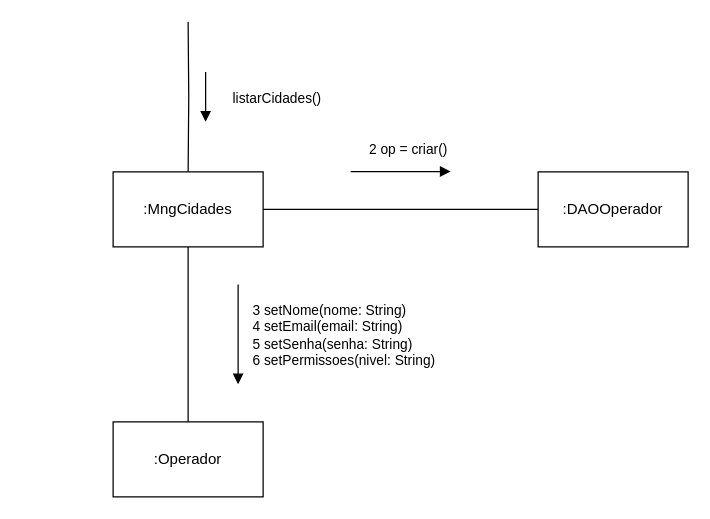
Earlier version of the draw.io diagram page "listarCidades" (2 of 3) of diagram de comunicação.drawio (LuizGustavoNascimeto/draw.io). Source tidied: cells renumbered, new cells numbered last; positions are measured from the earlier drawing's top-left corner, leaving out a move shared by most shapes. Both pictures are drawn from the tidied source at 125%, with x=0, y=0 at pixel (112, 21).
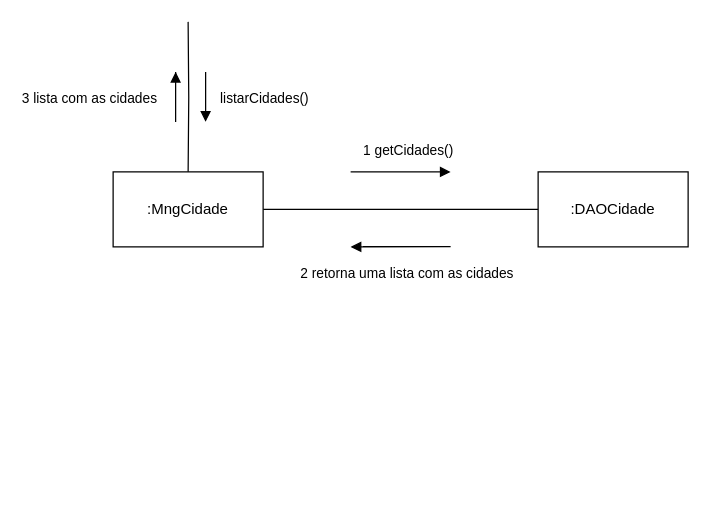
After the change.

The change refers to these unchanged cells:
```xml
<mxCell id="6" style="group;" parent="1" vertex="1">
  <mxGeometry width="120" height="180" as="geometry" />
</mxCell>
<mxCell id="9" style="endArrow=block;html=1;rounded=0;strokeColor=default;align=center;verticalAlign=middle;fontFamily=Helvetica;fontSize=11;fontColor=default;labelBackgroundColor=default;" parent="6" edge="1">
  <mxGeometry relative="1" as="geometry">
    <mxPoint x="74" y="40" as="sourcePoint" />
    <mxPoint x="74" y="80" as="targetPoint" />
  </mxGeometry>
</mxCell>
```

What changed in the source:
```diff
@@
-    <mxCell id="2" value=":DAOOperador" style="rounded=0;whiteSpace=wrap;html=1;" parent="1" vertex="1">
+    <mxCell id="2" value=":DAOCidade" style="rounded=0;whiteSpace=wrap;html=1;" parent="1" vertex="1">
       <mxGeometry x="340" y="120" width="120" height="60" as="geometry" />
     </mxCell>
-    <mxCell id="3" style="edgeStyle=orthogonalEdgeStyle;shape=connector;rounded=0;jettySize=auto;html=1;strokeColor=default;align=center;verticalAlign=middle;fontFamily=Helvetica;fontSize=11;fontColor=default;labelBackgroundColor=default;endArrow=none;" parent="1" edge="1" source="4" target="8">
-      <mxGeometry relative="1" as="geometry" />
-    </mxCell>
-    <mxCell id="4" value=":Operador" style="rounded=0;whiteSpace=wrap;html=1;" parent="1" vertex="1">
-      <mxGeometry y="320" width="120" height="60" as="geometry" />
-    </mxCell>
@@
-    <mxCell id="8" value="&lt;div&gt;:MngCidades&lt;br&gt;&lt;/div&gt;" style="rounded=0;whiteSpace=wrap;html=1;" parent="6" vertex="1">
+    <mxCell id="8" value="&lt;div&gt;:MngCidade&lt;br&gt;&lt;/div&gt;" style="rounded=0;whiteSpace=wrap;html=1;" parent="6" vertex="1">
       <mxGeometry y="120" width="120" height="60" as="geometry" />
     </mxCell>
@@
     <mxCell id="10" value="listarCidades()" style="edgeLabel;html=1;align=center;verticalAlign=middle;fontFamily=Helvetica;fontSize=11;fontColor=default;labelBackgroundColor=default;" parent="9" vertex="1">
       <mxGeometry x="-0.28" y="-1" relative="1" as="geometry">
-        <mxPoint x="57" y="6" as="offset" />
+        <mxPoint x="47" y="6" as="offset" />
       </mxGeometry>
     </mxCell>
+    <mxCell id="15" style="endArrow=block;html=1;rounded=0;strokeColor=default;align=center;verticalAlign=middle;fontFamily=Helvetica;fontSize=11;fontColor=default;labelBackgroundColor=default;" parent="6" edge="1">
+      <mxGeometry relative="1" as="geometry">
+        <mxPoint x="50" y="40" as="sourcePoint" />
+        <mxPoint x="50" y="40" as="targetPoint" />
+        <Array as="points">
+          <mxPoint x="50" y="80" />
+        </Array>
+      </mxGeometry>
+    </mxCell>
+    <mxCell id="16" value="&lt;div align=&quot;justify&quot;&gt;3 lista com as cidades&lt;/div&gt;" style="edgeLabel;html=1;align=center;verticalAlign=middle;fontFamily=Helvetica;fontSize=11;fontColor=default;labelBackgroundColor=default;" parent="15" vertex="1">
+      <mxGeometry x="-0.28" y="-1" relative="1" as="geometry">
+        <mxPoint x="-69" y="-9" as="offset" />
+      </mxGeometry>
+    </mxCell>
     <mxCell id="11" style="endArrow=block;html=1;rounded=0;strokeColor=default;align=center;verticalAlign=middle;fontFamily=Helvetica;fontSize=11;fontColor=default;labelBackgroundColor=default;" parent="1" edge="1">
       <mxGeometry relative="1" as="geometry">
-        <mxPoint x="190" y="119.7" as="sourcePoint" />
-        <mxPoint x="270" y="119.7" as="targetPoint" />
+        <mxPoint x="190" y="120" as="sourcePoint" />
+        <mxPoint x="270" y="120" as="targetPoint" />
       </mxGeometry>
     </mxCell>
-    <mxCell id="12" value="2 op = criar()" style="edgeLabel;html=1;align=center;verticalAlign=middle;fontFamily=Helvetica;fontSize=11;fontColor=default;labelBackgroundColor=default;rotation=0;" parent="11" vertex="1">
+    <mxCell id="12" value="1 getCidades()" style="edgeLabel;html=1;align=center;verticalAlign=middle;fontFamily=Helvetica;fontSize=11;fontColor=default;labelBackgroundColor=default;rotation=0;" parent="11" vertex="1">
       <mxGeometry x="-0.28" y="-1" relative="1" as="geometry">
         <mxPoint x="16" y="-19" as="offset" />
       </mxGeometry>
     </mxCell>
-    <mxCell id="13" style="endArrow=block;html=1;rounded=0;strokeColor=default;align=center;verticalAlign=middle;fontFamily=Helvetica;fontSize=11;fontColor=default;labelBackgroundColor=default;" parent="1" edge="1">
-      <mxGeometry relative="1" as="geometry">
-        <mxPoint x="100" y="210" as="sourcePoint" />
-        <mxPoint x="100" y="290" as="targetPoint" />
-      </mxGeometry>
-    </mxCell>
-    <mxCell id="14" value="&lt;div align=&quot;justify&quot;&gt;3 &lt;span data-lucid-content=&quot;{&amp;quot;t&amp;quot;:&amp;quot;+ getNome(): String \n+ setNome(nome: String): void\n+ getEmail(): String \n+ setEmail(email: String): void\n+ getSenha(): String\n+ setSenha(senha: String): void\n+ getNivel(): String\n+ setNivel(nivel: String): void   &amp;quot;,&amp;quot;m&amp;quot;:[{&amp;quot;s&amp;quot;:0,&amp;quot;n&amp;quot;:&amp;quot;a&amp;quot;,&amp;quot;v&amp;quot;:&amp;quot;left&amp;quot;},{&amp;quot;s&amp;quot;:21,&amp;quot;n&amp;quot;:&amp;quot;a&amp;quot;,&amp;quot;v&amp;quot;:&amp;quot;left&amp;quot;},{&amp;quot;s&amp;quot;:51,&amp;quot;n&amp;quot;:&amp;quot;a&amp;quot;,&amp;quot;v&amp;quot;:&amp;quot;left&amp;quot;},{&amp;quot;s&amp;quot;:73,&amp;quot;n&amp;quot;:&amp;quot;a&amp;quot;,&amp;quot;v&amp;quot;:&amp;quot;left&amp;quot;},{&amp;quot;s&amp;quot;:105,&amp;quot;n&amp;quot;:&amp;quot;a&amp;quot;,&amp;quot;v&amp;quot;:&amp;quot;left&amp;quot;},{&amp;quot;s&amp;quot;:126,&amp;quot;n&amp;quot;:&amp;quot;a&amp;quot;,&amp;quot;v&amp;quot;:&amp;quot;left&amp;quot;},{&amp;quot;s&amp;quot;:158,&amp;quot;n&amp;quot;:&amp;quot;a&amp;quot;,&amp;quot;v&amp;quot;:&amp;quot;left&amp;quot;},{&amp;quot;s&amp;quot;:179,&amp;quot;n&amp;quot;:&amp;quot;a&amp;quot;,&amp;quot;v&amp;quot;:&amp;quot;left&amp;quot;}]}&quot;&gt;&lt;span&gt;setNome(nome: String)&lt;/span&gt;&lt;span&gt;&lt;/span&gt;&lt;span&gt;&lt;br&gt;&lt;/span&gt;&lt;/span&gt;&lt;/div&gt;&lt;div align=&quot;justify&quot;&gt;&lt;span data-lucid-content=&quot;{&amp;quot;t&amp;quot;:&amp;quot;+ getNome(): String \n+ setNome(nome: String): void\n+ getEmail(): String \n+ setEmail(email: String): void\n+ getSenha(): String\n+ setSenha(senha: String): void\n+ getNivel(): String\n+ setNivel(nivel: String): void   &amp;quot;,&amp;quot;m&amp;quot;:[{&amp;quot;s&amp;quot;:0,&amp;quot;n&amp;quot;:&amp;quot;a&amp;quot;,&amp;quot;v&amp;quot;:&amp;quot;left&amp;quot;},{&amp;quot;s&amp;quot;:21,&amp;quot;n&amp;quot;:&amp;quot;a&amp;quot;,&amp;quot;v&amp;quot;:&amp;quot;left&amp;quot;},{&amp;quot;s&amp;quot;:51,&amp;quot;n&amp;quot;:&amp;quot;a&amp;quot;,&amp;quot;v&amp;quot;:&amp;quot;left&amp;quot;},{&amp;quot;s&amp;quot;:73,&amp;quot;n&amp;quot;:&amp;quot;a&amp;quot;,&amp;quot;v&amp;quot;:&amp;quot;left&amp;quot;},{&amp;quot;s&amp;quot;:105,&amp;quot;n&amp;quot;:&amp;quot;a&amp;quot;,&amp;quot;v&amp;quot;:&amp;quot;left&amp;quot;},{&amp;quot;s&amp;quot;:126,&amp;quot;n&amp;quot;:&amp;quot;a&amp;quot;,&amp;quot;v&amp;quot;:&amp;quot;left&amp;quot;},{&amp;quot;s&amp;quot;:158,&amp;quot;n&amp;quot;:&amp;quot;a&amp;quot;,&amp;quot;v&amp;quot;:&amp;quot;left&amp;quot;},{&amp;quot;s&amp;quot;:179,&amp;quot;n&amp;quot;:&amp;quot;a&amp;quot;,&amp;quot;v&amp;quot;:&amp;quot;left&amp;quot;}]}&quot;&gt;&lt;span&gt;4 setEmail(email: String)&lt;/span&gt;&lt;span&gt;&lt;/span&gt;&lt;/span&gt;&lt;/div&gt;&lt;div align=&quot;justify&quot;&gt;&lt;span data-lucid-content=&quot;{&amp;quot;t&amp;quot;:&amp;quot;+ getNome(): String \n+ setNome(nome: String): void\n+ getEmail(): String \n+ setEmail(email: String): void\n+ getSenha(): String\n+ setSenha(senha: String): void\n+ getNivel(): String\n+ setNivel(nivel: String): void   &amp;quot;,&amp;quot;m&amp;quot;:[{&amp;quot;s&amp;quot;:0,&amp;quot;n&amp;quot;:&amp;quot;a&amp;quot;,&amp;quot;v&amp;quot;:&amp;quot;left&amp;quot;},{&amp;quot;s&amp;quot;:21,&amp;quot;n&amp;quot;:&amp;quot;a&amp;quot;,&amp;quot;v&amp;quot;:&amp;quot;left&amp;quot;},{&amp;quot;s&amp;quot;:51,&amp;quot;n&amp;quot;:&amp;quot;a&amp;quot;,&amp;quot;v&amp;quot;:&amp;quot;left&amp;quot;},{&amp;quot;s&amp;quot;:73,&amp;quot;n&amp;quot;:&amp;quot;a&amp;quot;,&amp;quot;v&amp;quot;:&amp;quot;left&amp;quot;},{&amp;quot;s&amp;quot;:105,&amp;quot;n&amp;quot;:&amp;quot;a&amp;quot;,&amp;quot;v&amp;quot;:&amp;quot;left&amp;quot;},{&amp;quot;s&amp;quot;:126,&amp;quot;n&amp;quot;:&amp;quot;a&amp;quot;,&amp;quot;v&amp;quot;:&amp;quot;left&amp;quot;},{&amp;quot;s&amp;quot;:158,&amp;quot;n&amp;quot;:&amp;quot;a&amp;quot;,&amp;quot;v&amp;quot;:&amp;quot;left&amp;quot;},{&amp;quot;s&amp;quot;:179,&amp;quot;n&amp;quot;:&amp;quot;a&amp;quot;,&amp;quot;v&amp;quot;:&amp;quot;left&amp;quot;}]}&quot;&gt;&lt;span&gt;&lt;/span&gt;&lt;/span&gt;&lt;/div&gt;&lt;div align=&quot;justify&quot;&gt;&lt;span data-lucid-content=&quot;{&amp;quot;t&amp;quot;:&amp;quot;+ getNome(): String \n+ setNome(nome: String): void\n+ getEmail(): String \n+ setEmail(email: String): void\n+ getSenha(): String\n+ setSenha(senha: String): void\n+ getNivel(): String\n+ setNivel(nivel: String): void   &amp;quot;,&amp;quot;m&amp;quot;:[{&amp;quot;s&amp;quot;:0,&amp;quot;n&amp;quot;:&amp;quot;a&amp;quot;,&amp;quot;v&amp;quot;:&amp;quot;left&amp;quot;},{&amp;quot;s&amp;quot;:21,&amp;quot;n&amp;quot;:&amp;quot;a&amp;quot;,&amp;quot;v&amp;quot;:&amp;quot;left&amp;quot;},{&amp;quot;s&amp;quot;:51,&amp;quot;n&amp;quot;:&amp;quot;a&amp;quot;,&amp;quot;v&amp;quot;:&amp;quot;left&amp;quot;},{&amp;quot;s&amp;quot;:73,&amp;quot;n&amp;quot;:&amp;quot;a&amp;quot;,&amp;quot;v&amp;quot;:&amp;quot;left&amp;quot;},{&amp;quot;s&amp;quot;:105,&amp;quot;n&amp;quot;:&amp;quot;a&amp;quot;,&amp;quot;v&amp;quot;:&amp;quot;left&amp;quot;},{&amp;quot;s&amp;quot;:126,&amp;quot;n&amp;quot;:&amp;quot;a&amp;quot;,&amp;quot;v&amp;quot;:&amp;quot;left&amp;quot;},{&amp;quot;s&amp;quot;:158,&amp;quot;n&amp;quot;:&amp;quot;a&amp;quot;,&amp;quot;v&amp;quot;:&amp;quot;left&amp;quot;},{&amp;quot;s&amp;quot;:179,&amp;quot;n&amp;quot;:&amp;quot;a&amp;quot;,&amp;quot;v&amp;quot;:&amp;quot;left&amp;quot;}]}&quot;&gt;&lt;span&gt;5 setSenha(senha: String)&lt;/span&gt;&lt;span&gt;&lt;/span&gt;&lt;/span&gt;&lt;br&gt;&lt;span data-lucid-content=&quot;{&amp;quot;t&amp;quot;:&amp;quot;+ getNome(): String \n+ setNome(nome: String): void\n+ getEmail(): String \n+ setEmail(email: String): void\n+ getSenha(): String\n+ setSenha(senha: String): void\n+ getNivel(): String\n+ setNivel(nivel: String): void   &amp;quot;,&amp;quot;m&amp;quot;:[{&amp;quot;s&amp;quot;:0,&amp;quot;n&amp;quot;:&amp;quot;a&amp;quot;,&amp;quot;v&amp;quot;:&amp;quot;left&amp;quot;},{&amp;quot;s&amp;quot;:21,&amp;quot;n&amp;quot;:&amp;quot;a&amp;quot;,&amp;quot;v&amp;quot;:&amp;quot;left&amp;quot;},{&amp;quot;s&amp;quot;:51,&amp;quot;n&amp;quot;:&amp;quot;a&amp;quot;,&amp;quot;v&amp;quot;:&amp;quot;left&amp;quot;},{&amp;quot;s&amp;quot;:73,&amp;quot;n&amp;quot;:&amp;quot;a&amp;quot;,&amp;quot;v&amp;quot;:&amp;quot;left&amp;quot;},{&amp;quot;s&amp;quot;:105,&amp;quot;n&amp;quot;:&amp;quot;a&amp;quot;,&amp;quot;v&amp;quot;:&amp;quot;left&amp;quot;},{&amp;quot;s&amp;quot;:126,&amp;quot;n&amp;quot;:&amp;quot;a&amp;quot;,&amp;quot;v&amp;quot;:&amp;quot;left&amp;quot;},{&amp;quot;s&amp;quot;:158,&amp;quot;n&amp;quot;:&amp;quot;a&amp;quot;,&amp;quot;v&amp;quot;:&amp;quot;left&amp;quot;},{&amp;quot;s&amp;quot;:179,&amp;quot;n&amp;quot;:&amp;quot;a&amp;quot;,&amp;quot;v&amp;quot;:&amp;quot;left&amp;quot;}]}&quot;&gt;&lt;span&gt;&lt;/span&gt;&lt;span&gt;6 setPermissoes(nivel: String)   &lt;/span&gt;&lt;/span&gt;&lt;/div&gt;" style="edgeLabel;html=1;align=left;verticalAlign=middle;fontFamily=Helvetica;fontSize=11;fontColor=default;labelBackgroundColor=default;" parent="13" vertex="1">
-      <mxGeometry x="-0.42" y="-1" relative="1" as="geometry">
-        <mxPoint x="11" y="17" as="offset" />
-      </mxGeometry>
-    </mxCell>
+    <mxCell id="17" style="endArrow=block;html=1;rounded=0;strokeColor=default;align=center;verticalAlign=middle;fontFamily=Helvetica;fontSize=11;fontColor=default;labelBackgroundColor=default;" parent="1" edge="1">
+      <mxGeometry relative="1" as="geometry">
+        <mxPoint x="200" y="179.7" as="sourcePoint" />
+        <mxPoint x="190" y="180" as="targetPoint" />
+        <Array as="points">
+          <mxPoint x="270" y="179.7" />
+        </Array>
+      </mxGeometry>
+    </mxCell>
+    <mxCell id="18" value="&lt;div&gt;2 retorna uma lista com as cidades&lt;/div&gt;" style="edgeLabel;html=1;align=center;verticalAlign=middle;fontFamily=Helvetica;fontSize=11;fontColor=default;labelBackgroundColor=default;rotation=0;" parent="17" vertex="1">
+      <mxGeometry x="-0.28" y="-1" relative="1" as="geometry">
+        <mxPoint x="-20" y="20" as="offset" />
+      </mxGeometry>
+    </mxCell>
```
